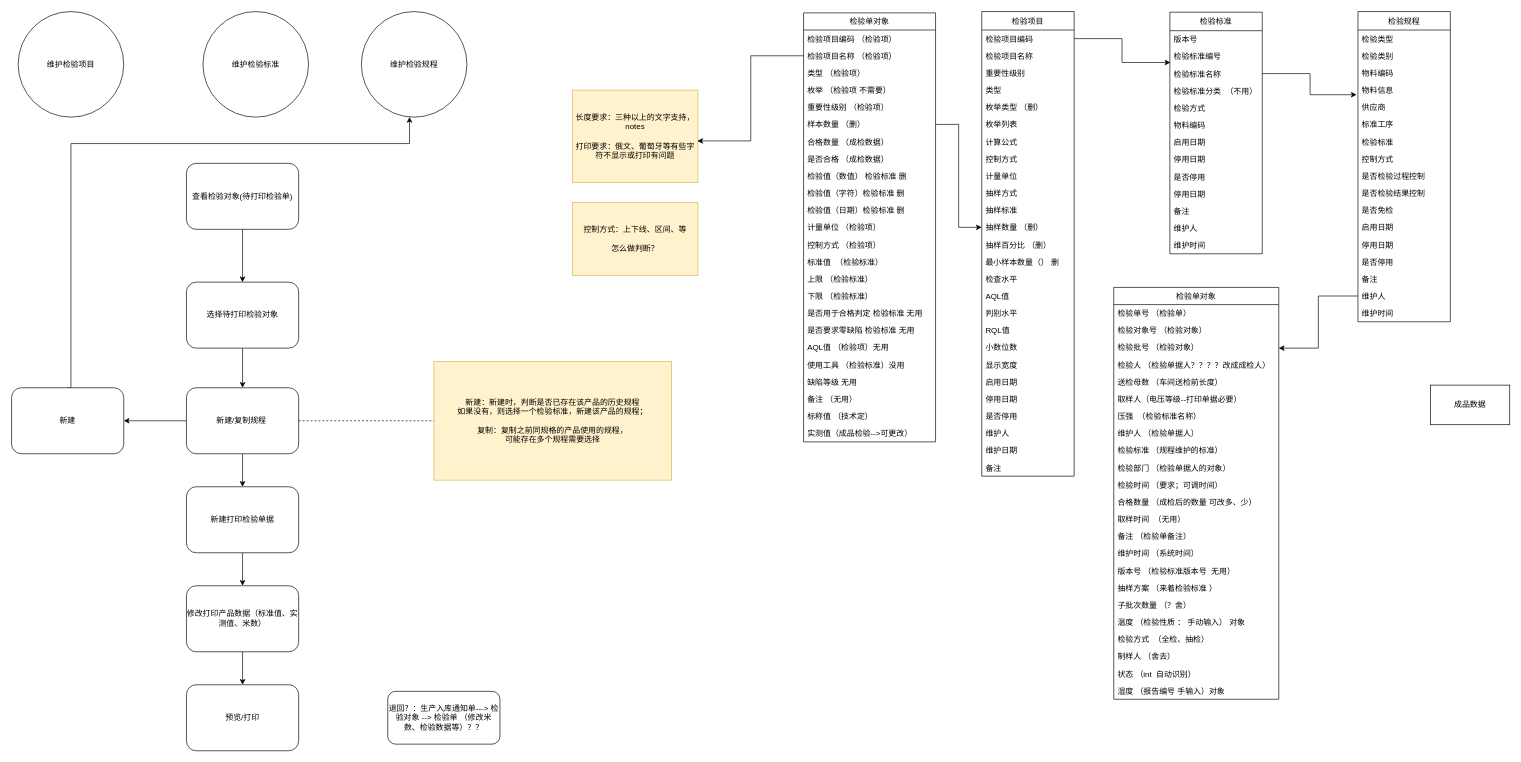
Before: Untitled Diagram.drawio in Minibay/DrawView, a draw.io diagram. Source tidied: cells renumbered, new cells numbered last; positions are measured from the earlier drawing's top-left corner, leaving out a move shared by most shapes. Both pictures are drawn from the tidied source at 66%, with x=0, y=0 at pixel (11, 11).
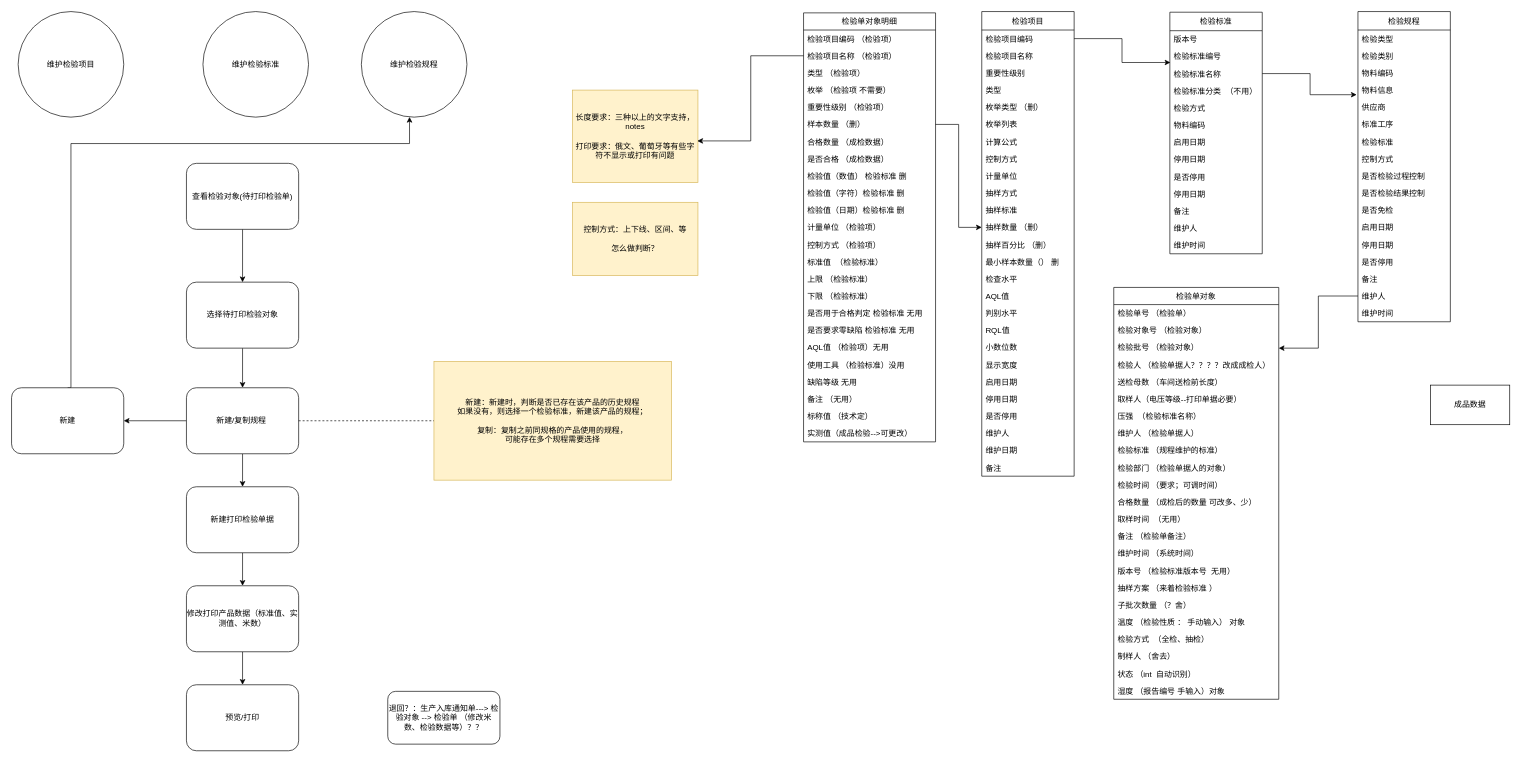
Above is the later version.

Change to the diagram source:
```diff
@@
-    <mxCell id="107" value="检验单对象" style="swimlane;fontStyle=0;horizontal=1;startSize=26;fillColor=none;" parent="1" vertex="1">
+    <mxCell id="107" value="检验单对象明细" style="swimlane;fontStyle=0;horizontal=1;startSize=26;fillColor=none;" parent="1" vertex="1">
       <mxGeometry x="1200" y="2" width="200" height="650" as="geometry" />
     </mxCell>
```
